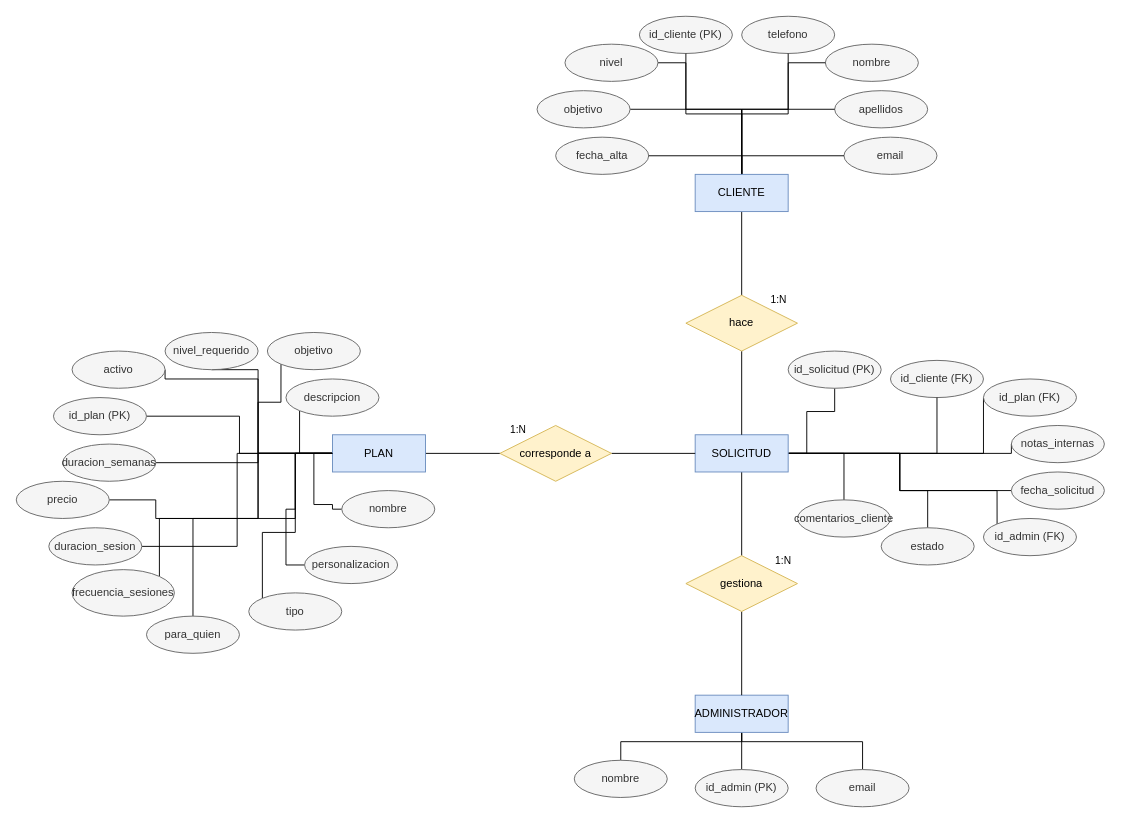
Above: page "Modelo ER" (1 of 2) of diagrams/modelos.drawio in Jbergo/nextrep-training (draw.io), before the change. Source tidied: cells renumbered, new cells numbered last; positions are measured from the earlier drawing's top-left corner, leaving out a move shared by most shapes. Both pictures are drawn from the tidied source at 93%, with x=0, y=0 at pixel (16, 16).
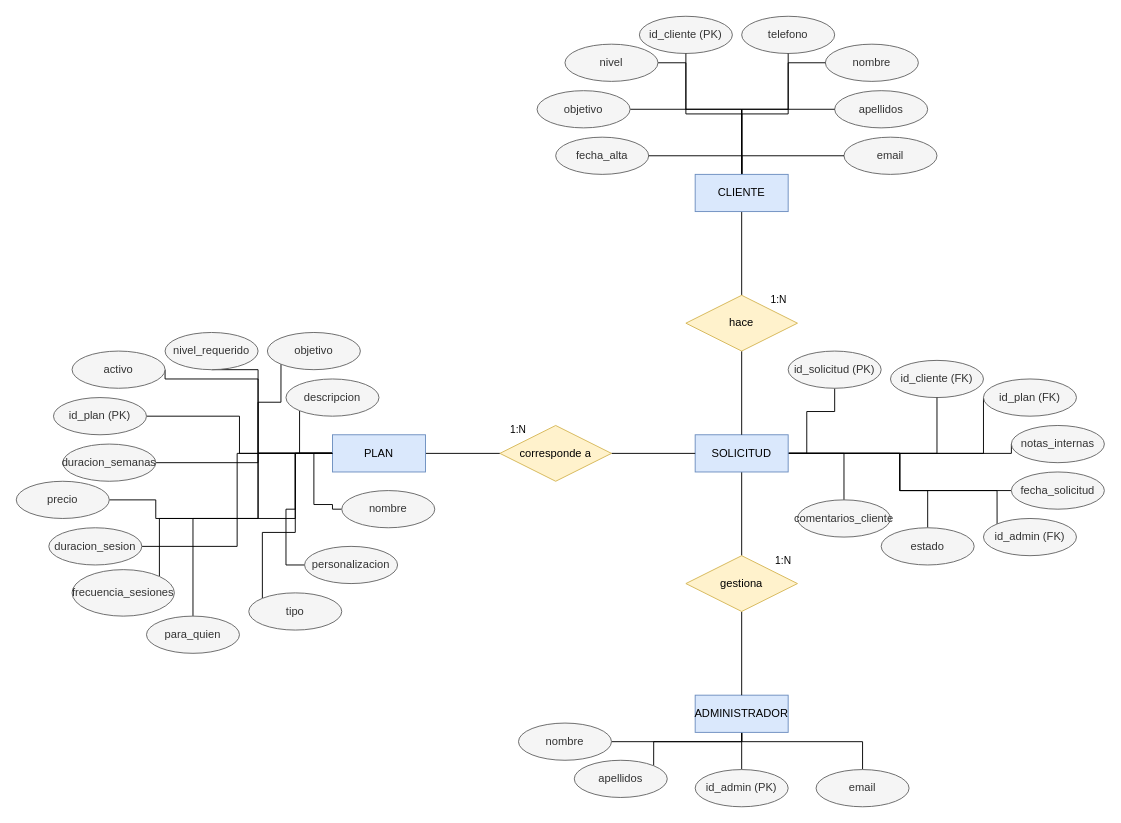
Above is the later version.

Unchanged cells that the change refers to:
```xml
<mxCell id="24" value="ADMINISTRADOR" style="whiteSpace=wrap;html=1;align=center;fillColor=#dae8fc;strokeColor=#6c8ebf;" parent="1" vertex="1">
  <mxGeometry x="730" y="730" width="100" height="40" as="geometry" />
</mxCell>
```

The edit, as a diff of the source:
```diff
@@
-    <mxCell id="22" style="edgeStyle=orthogonalEdgeStyle;shape=connector;rounded=0;jettySize=auto;html=1;entryX=0.5;entryY=0;entryDx=0;entryDy=0;strokeColor=default;align=center;verticalAlign=middle;fontFamily=Helvetica;fontSize=11;fontColor=default;labelBackgroundColor=default;endArrow=none;endFill=0;" parent="1" edge="1" source="24" target="77">
+    <mxCell id="22" style="edgeStyle=orthogonalEdgeStyle;shape=connector;rounded=0;jettySize=auto;html=1;entryX=1;entryY=0.5;entryDx=0;entryDy=0;strokeColor=default;align=center;verticalAlign=middle;fontFamily=Helvetica;fontSize=11;fontColor=default;labelBackgroundColor=default;endArrow=none;endFill=0;" parent="1" edge="1" source="24" target="77">
       <mxGeometry relative="1" as="geometry">
         <Array as="points">
           <mxPoint x="780" y="780" />
-          <mxPoint x="650" y="780" />
         </Array>
       </mxGeometry>
     </mxCell>
@@
+    <mxCell id="82" style="edgeStyle=orthogonalEdgeStyle;rounded=0;jettySize=auto;html=1;entryX=1;entryY=0;entryDx=0;entryDy=0;endArrow=none;endFill=0;" parent="1" edge="1" source="24" target="83">
+      <mxGeometry relative="1" as="geometry">
+        <Array as="points">
+          <mxPoint x="780" y="780" />
+          <mxPoint x="685" y="780" />
+        </Array>
+      </mxGeometry>
+    </mxCell>
@@
     <mxCell id="77" value="nombre" style="ellipse;whiteSpace=wrap;html=1;align=center;fillColor=#f5f5f5;fontColor=#333333;strokeColor=#666666;" parent="1" vertex="1">
-      <mxGeometry x="600" y="800" width="100" height="40" as="geometry" />
+      <mxGeometry x="540" y="760" width="100" height="40" as="geometry" />
     </mxCell>
@@
+    <mxCell id="83" value="apellidos" style="ellipse;whiteSpace=wrap;html=1;align=center;fillColor=#f5f5f5;fontColor=#333333;strokeColor=#666666;" parent="1" vertex="1">
+      <mxGeometry x="600" y="800" width="100" height="40" as="geometry" />
+    </mxCell>
```
